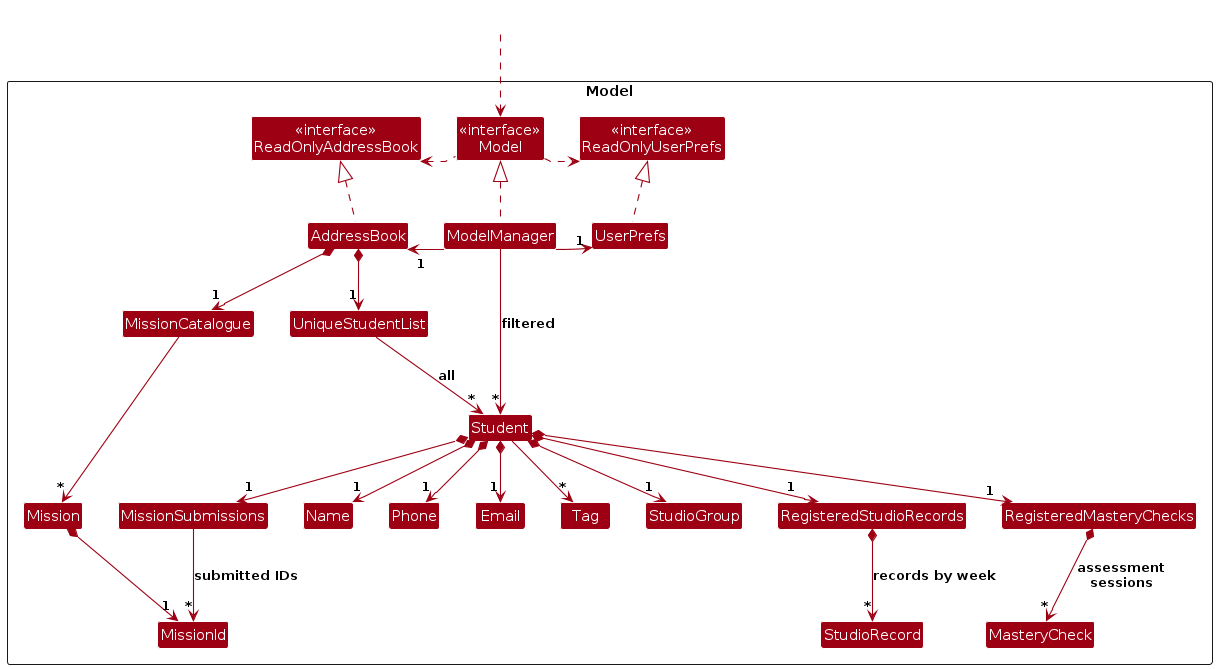
This is diagrams/ModelClassDiagram.png from AY2627S1-CS2103T-F14a-1/tp, a PlantUML export, as it was before one commit. Its source is kept beside it as diagrams/ModelClassDiagram.puml.
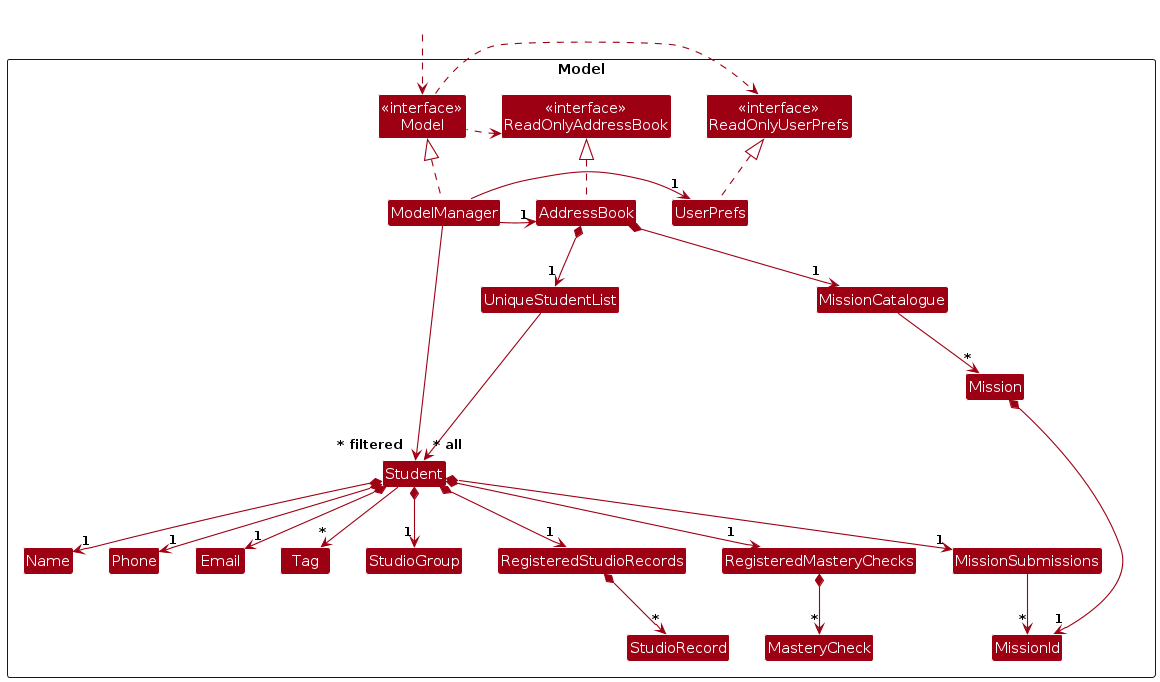
Above is the later version.

Change to the diagram source:
```diff
@@ -1,11 +1,11 @@
 @startuml
 !include style.puml
-skinparam linetype polyline
 skinparam arrowThickness 1.1
 skinparam arrowColor MODEL_COLOR
 skinparam classBackgroundColor MODEL_COLOR
 
 Package Model as ModelPackage <<Rectangle>> {
+Class I #FFFFFF
 Class "<<interface>>\nReadOnlyAddressBook" as ReadOnlyAddressBook
 Class "<<interface>>\nReadOnlyUserPrefs" as ReadOnlyUserPrefs
 Class "<<interface>>\nModel" as Model
@@ -41,10 +41,12 @@
 ModelManager -right-> "1" UserPrefs
 UserPrefs .up.|> ReadOnlyUserPrefs
 
+Student -[hidden]up--> I
+UniqueStudentList -[hidden]right-> I
 AddressBook *--> "1" UniqueStudentList
 AddressBook *--> "1" MissionCatalogue
-UniqueStudentList --> "*" Student : all
-ModelManager --> "*" Student : filtered
+UniqueStudentList --> "~* all" Student
+ModelManager --> "~* filtered" Student
 MissionCatalogue --> "*" Mission
 Mission *--> "1" MissionId
 Student *--> "1" Name
@@ -55,8 +57,8 @@
 Student *--> "1" RegisteredStudioRecords
 Student *--> "1" MissionSubmissions
 Student *--> "1" RegisteredMasteryChecks
-RegisteredMasteryChecks *-down-> "*" MasteryCheck : assessment\nsessions
-MissionSubmissions -down-> "*" MissionId : submitted IDs
+RegisteredMasteryChecks *-down-> "*" MasteryCheck
+MissionSubmissions -down-> "*" MissionId
 
 Name -[hidden]right-> Phone
 Phone -[hidden]right-> Email
@@ -70,9 +72,7 @@
 Model -[hidden]right-> ReadOnlyUserPrefs
 AddressBook -[hidden]right-> ModelManager
 ModelManager -[hidden]right-> UserPrefs
-MissionCatalogue -[hidden]right-> UniqueStudentList
-RegisteredStudioRecords *--> "*" StudioRecord : records by week
-Mission -[hidden]right-> MissionSubmissions
+RegisteredStudioRecords *--> "*" StudioRecord
 MissionId -[hidden]right-> StudioRecord
 StudioRecord -[hidden]right-> MasteryCheck
 @enduml
```
